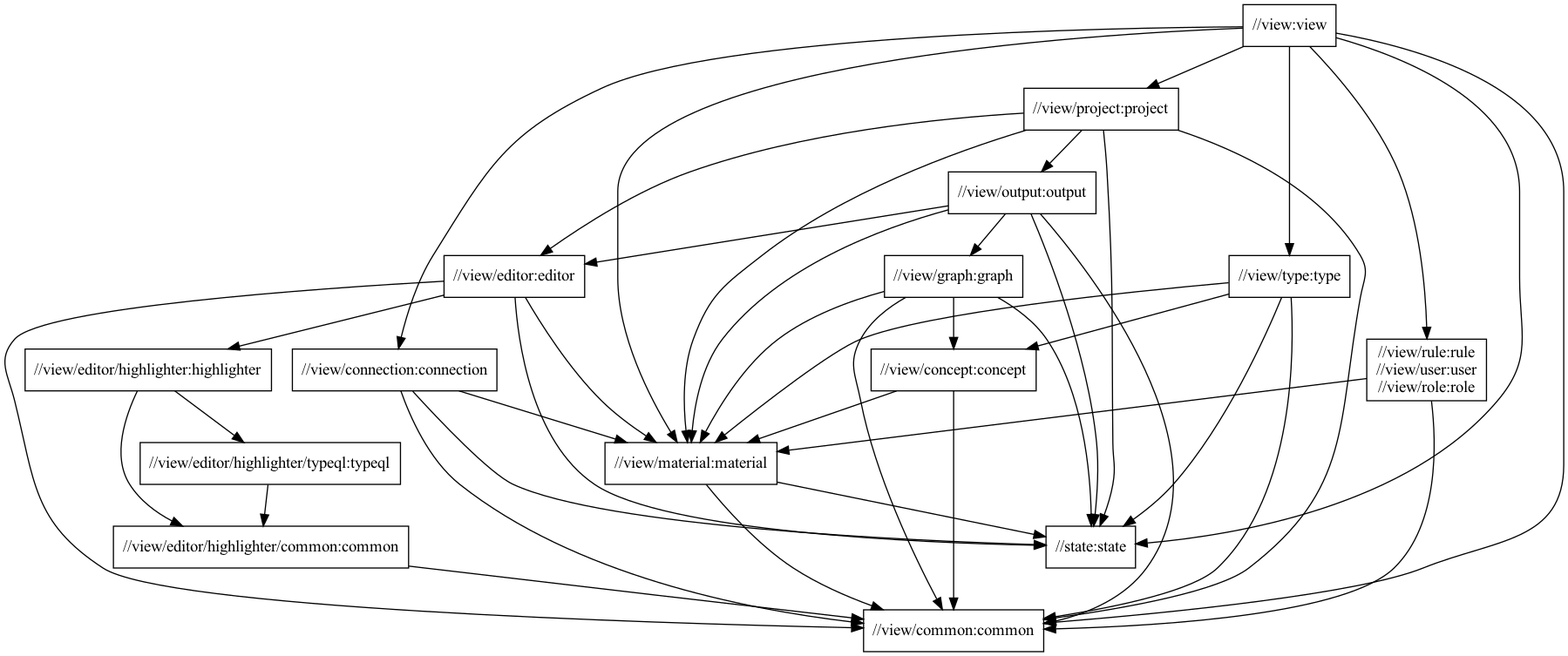
The Graphviz diagram docs/view-package-structure.png in typedb/typedb-studio, before a commit. Its source is kept beside it as docs/view-package-structure.dot.
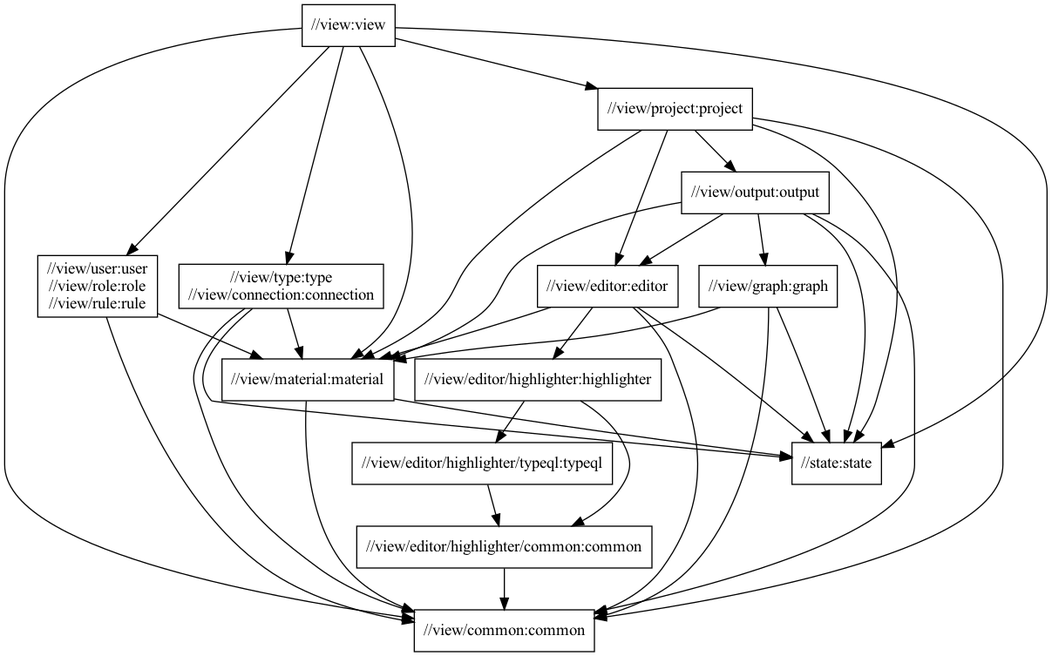
The same file after the commit.

What changed in the source:
```diff
@@ -2,17 +2,11 @@
   node [shape=box];
   "//view:view"
   "//view:view" -> "//view/common:common"
-  "//view:view" -> "//view/connection:connection"
+  "//view:view" -> "//view/type:type\n//view/connection:connection"
   "//view:view" -> "//view/material:material"
   "//view:view" -> "//view/project:project"
-  "//view:view" -> "//view/rule:rule\n//view/user:user\n//view/role:role"
-  "//view:view" -> "//view/type:type"
+  "//view:view" -> "//view/user:user\n//view/role:role\n//view/rule:rule"
   "//view:view" -> "//state:state"
-  "//view/type:type"
-  "//view/type:type" -> "//view/common:common"
-  "//view/type:type" -> "//view/concept:concept"
-  "//view/type:type" -> "//view/material:material"
-  "//view/type:type" -> "//state:state"
   "//view/project:project"
   "//view/project:project" -> "//view/common:common"
   "//view/project:project" -> "//view/editor:editor"
@@ -27,19 +21,15 @@
   "//view/output:output" -> "//state:state"
   "//view/graph:graph"
   "//view/graph:graph" -> "//view/common:common"
-  "//view/graph:graph" -> "//view/concept:concept"
   "//view/graph:graph" -> "//view/material:material"
   "//view/graph:graph" -> "//state:state"
-  "//view/rule:rule\n//view/user:user\n//view/role:role"
-  "//view/rule:rule\n//view/user:user\n//view/role:role" -> "//view/common:common"
-  "//view/rule:rule\n//view/user:user\n//view/role:role" -> "//view/material:material"
-  "//view/concept:concept"
-  "//view/concept:concept" -> "//view/common:common"
-  "//view/concept:concept" -> "//view/material:material"
-  "//view/connection:connection"
-  "//view/connection:connection" -> "//view/common:common"
-  "//view/connection:connection" -> "//view/material:material"
-  "//view/connection:connection" -> "//state:state"
+  "//view/user:user\n//view/role:role\n//view/rule:rule"
+  "//view/user:user\n//view/role:role\n//view/rule:rule" -> "//view/common:common"
+  "//view/user:user\n//view/role:role\n//view/rule:rule" -> "//view/material:material"
+  "//view/type:type\n//view/connection:connection"
+  "//view/type:type\n//view/connection:connection" -> "//view/common:common"
+  "//view/type:type\n//view/connection:connection" -> "//view/material:material"
+  "//view/type:type\n//view/connection:connection" -> "//state:state"
   "//view/editor:editor"
   "//view/editor:editor" -> "//view/common:common"
   "//view/editor:editor" -> "//view/editor/highlighter:highlighter"
```
